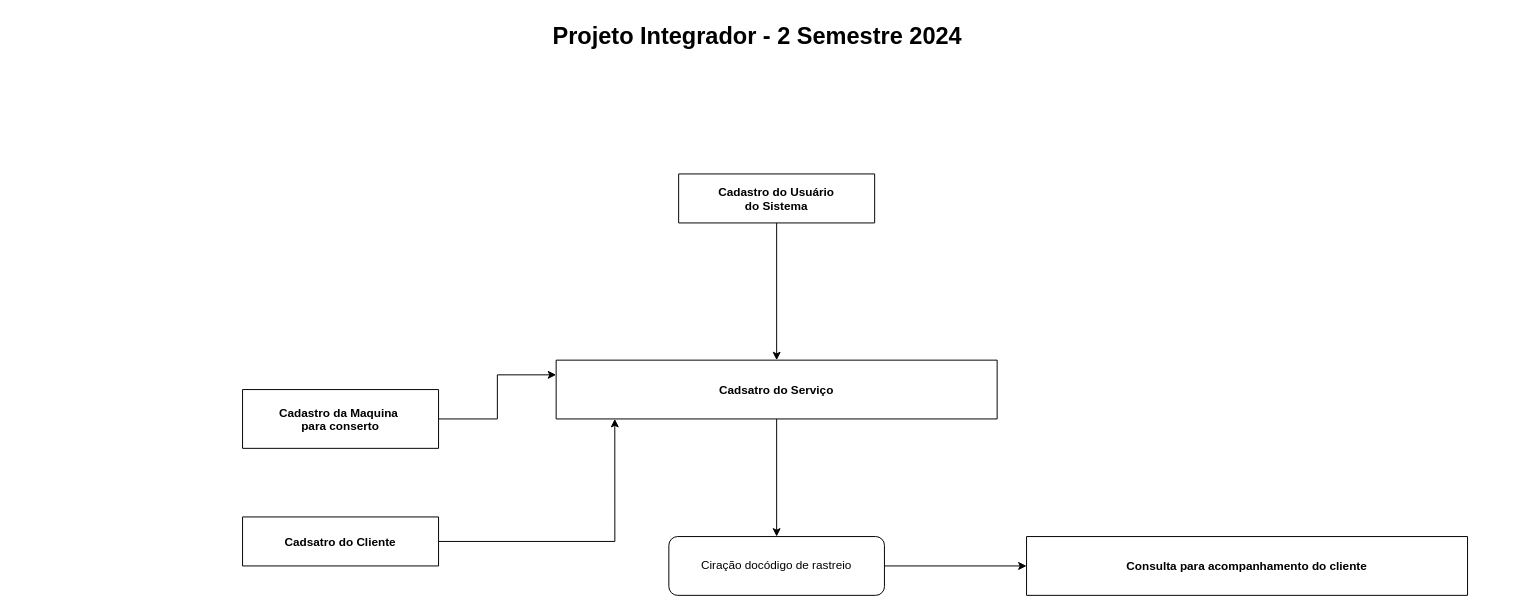
cristianocz/PROJETO-PI-2-Semestre-2024 keeps this draw.io diagram as Projeto Timeline.drawio. Above is the earlier version. Source tidied: cells renumbered, new cells numbered last; positions are measured from the earlier drawing's top-left corner, leaving out a move shared by most shapes. Both pictures are drawn from the tidied source at 98%, with x=0, y=0 at pixel (17, 17).
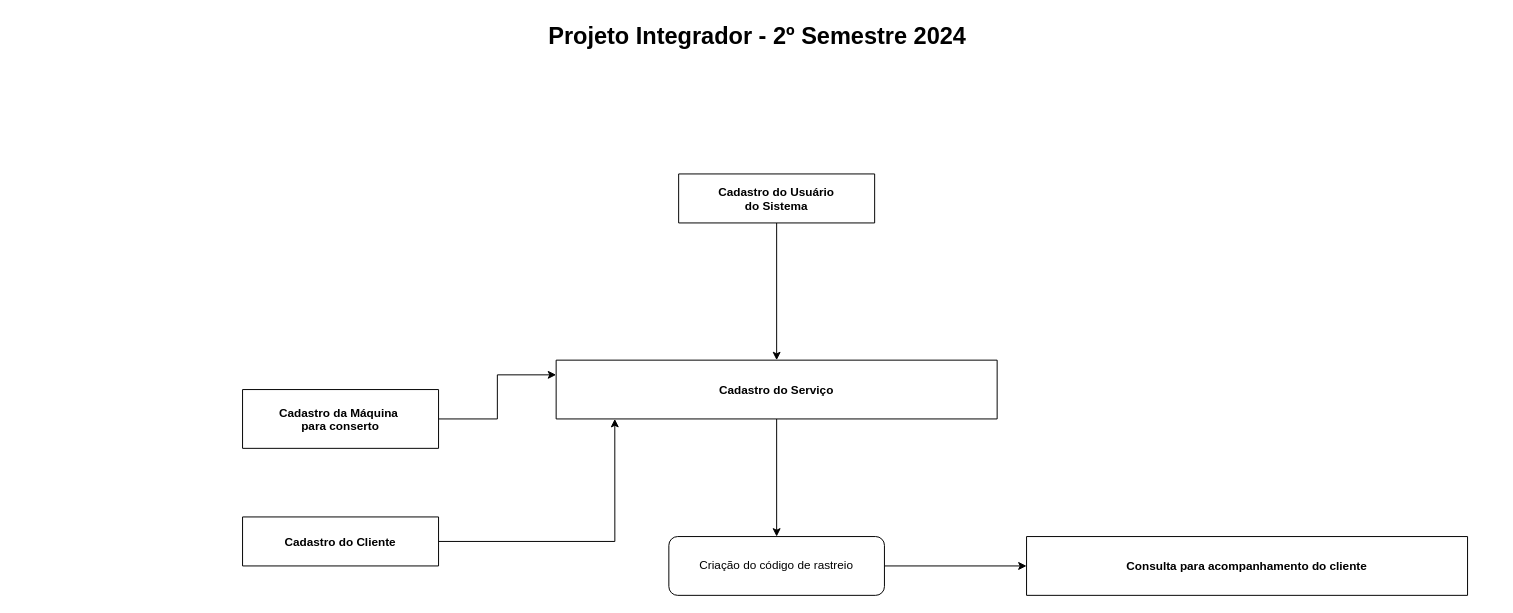
The same diagram, later.

Commit message (it also covers changes not shown here):
Corrige alguns erros de digitação no fluxo do sistema

Change to the diagram source:
```diff
@@
 <mxGraphModel>
   <root>
     <mxCell id="0" />
     <mxCell id="1" parent="0" />
-    <mxCell id="2" value="Projeto Integrador - 2 Semestre 2024" style="text;strokeColor=none;fillColor=none;html=1;fontSize=24;fontStyle=1;verticalAlign=middle;align=center;" parent="1" vertex="1">
+    <mxCell id="2" value="Projeto Integrador - 2º Semestre 2024" style="text;strokeColor=none;fillColor=none;html=1;fontSize=24;fontStyle=1;verticalAlign=middle;align=center;" parent="1" vertex="1">
       <mxGeometry width="1510" height="40" as="geometry" />
     </mxCell>
     <mxCell id="3" style="edgeStyle=orthogonalEdgeStyle;rounded=0;jettySize=auto;html=1;entryX=0.5;entryY=0;entryDx=0;entryDy=0;" parent="1" edge="1" source="4" target="6">
       <mxGeometry relative="1" as="geometry" />
     </mxCell>
     <mxCell id="4" value="Cadastro do Usuário&#10;do Sistema" style="swimlane;startSize=60;verticalAlign=middle;" parent="1" vertex="1">
       <mxGeometry x="675" y="160" width="200" height="50" as="geometry" />
     </mxCell>
     <mxCell id="5" style="edgeStyle=orthogonalEdgeStyle;rounded=0;jettySize=auto;html=1;" parent="1" edge="1" source="6" target="12">
       <mxGeometry relative="1" as="geometry" />
     </mxCell>
-    <mxCell id="6" value="Cadsatro do Serviço" style="swimlane;startSize=60;verticalAlign=middle;" parent="1" vertex="1">
+    <mxCell id="6" value="Cadastro do Serviço" style="swimlane;startSize=60;verticalAlign=middle;" parent="1" vertex="1">
       <mxGeometry x="550" y="350" width="450" height="60" as="geometry" />
     </mxCell>
     <mxCell id="7" style="edgeStyle=orthogonalEdgeStyle;rounded=0;jettySize=auto;html=1;entryX=0;entryY=0.25;entryDx=0;entryDy=0;" parent="1" edge="1" source="8" target="6">
       <mxGeometry relative="1" as="geometry" />
     </mxCell>
-    <mxCell id="8" value="Cadastro da Maquina &#10;para conserto" style="swimlane;startSize=60;verticalAlign=middle;" parent="1" vertex="1">
+    <mxCell id="8" value="Cadastro da Máquina &#10;para conserto" style="swimlane;startSize=60;verticalAlign=middle;" parent="1" vertex="1">
       <mxGeometry x="230" y="380" width="200" height="60" as="geometry" />
     </mxCell>
     <mxCell id="9" style="edgeStyle=orthogonalEdgeStyle;rounded=0;jettySize=auto;html=1;exitX=1;exitY=0.5;exitDx=0;exitDy=0;entryX=0.133;entryY=1;entryDx=0;entryDy=0;entryPerimeter=0;" parent="1" edge="1" source="10" target="6">
       <mxGeometry relative="1" as="geometry" />
     </mxCell>
-    <mxCell id="10" value="Cadsatro do Cliente" style="swimlane;startSize=60;verticalAlign=middle;" parent="1" vertex="1">
+    <mxCell id="10" value="Cadastro do Cliente" style="swimlane;startSize=60;verticalAlign=middle;" parent="1" vertex="1">
       <mxGeometry x="230" y="510" width="200" height="50" as="geometry" />
     </mxCell>
     <mxCell id="11" style="edgeStyle=orthogonalEdgeStyle;rounded=0;jettySize=auto;html=1;" parent="1" edge="1" source="12" target="14">
       <mxGeometry relative="1" as="geometry" />
     </mxCell>
-    <mxCell id="12" value="Ciração docódigo de rastreio" style="rounded=1;whiteSpace=wrap;html=1;" parent="1" vertex="1">
+    <mxCell id="12" value="Criação do código de rastreio" style="rounded=1;whiteSpace=wrap;html=1;" parent="1" vertex="1">
       <mxGeometry x="665" y="530" width="220" height="60" as="geometry" />
     </mxCell>
     <mxCell id="13" style="edgeStyle=orthogonalEdgeStyle;rounded=0;orthogonalLoop=1;jettySize=auto;html=1;exitX=0.5;exitY=1;exitDx=0;exitDy=0;" parent="1" edge="1" source="4" target="4">
       <mxGeometry relative="1" as="geometry" />
     </mxCell>
     <mxCell id="14" value="Consulta para acompanhamento do cliente" style="swimlane;startSize=60;verticalAlign=middle;" parent="1" vertex="1">
       <mxGeometry x="1030" y="530" width="450" height="60" as="geometry" />
     </mxCell>
   </root>
 </mxGraphModel>
```
